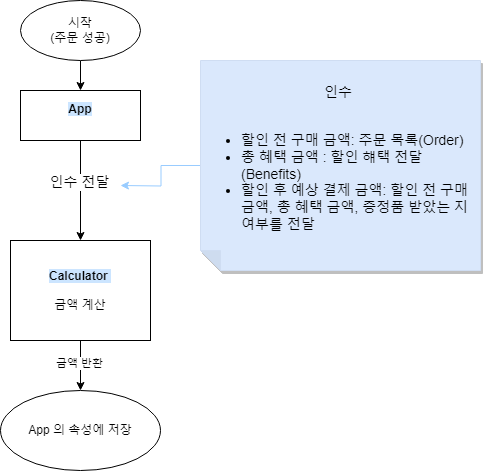
The draw.io diagram readmeImages/계산.png in BadaHertz52/javascript-christmas-6-BadaHertz52, before a commit. Source tidied: cells renumbered, new cells last; positions are measured from the earlier drawing's top-left corner, leaving out a move shared by most shapes. Source of this version:
```xml
<mxGraphModel>
  <root>
    <mxCell id="0" />
    <mxCell id="1" parent="0" />
    <mxCell id="2" style="edgeStyle=orthogonalEdgeStyle;rounded=0;jettySize=auto;html=1;" parent="1" edge="1" source="3" target="6">
      <mxGeometry relative="1" as="geometry" />
    </mxCell>
    <mxCell id="3" value="시작&lt;br&gt;(주문 성공)" style="ellipse;whiteSpace=wrap;html=1;" parent="1" vertex="1">
      <mxGeometry x="20" width="120" height="60" as="geometry" />
    </mxCell>
    <mxCell id="4" style="edgeStyle=orthogonalEdgeStyle;rounded=0;jettySize=auto;html=1;spacing=7;" parent="1" edge="1" source="6" target="9">
      <mxGeometry relative="1" as="geometry" />
    </mxCell>
    <mxCell id="5" value="&lt;font style=&quot;font-size: 14px;&quot;&gt;인수 전달&lt;/font&gt;" style="edgeLabel;html=1;align=center;verticalAlign=middle;" parent="4" vertex="1">
      <mxGeometry x="-0.18" y="-2" relative="1" as="geometry" />
    </mxCell>
    <mxCell id="6" value="&lt;span style=&quot;background-color: rgb(204, 229, 255);&quot;&gt;&lt;b&gt;App&lt;/b&gt;&lt;/span&gt;&lt;br&gt;&lt;p&gt;&lt;/p&gt;" style="rounded=0;whiteSpace=wrap;html=1;" parent="1" vertex="1">
      <mxGeometry x="20" y="90" width="120" height="50" as="geometry" />
    </mxCell>
    <mxCell id="7" style="edgeStyle=orthogonalEdgeStyle;rounded=0;jettySize=auto;html=1;" parent="1" edge="1" source="9" target="10">
      <mxGeometry relative="1" as="geometry" />
    </mxCell>
    <mxCell id="8" value="금액 반환" style="edgeLabel;html=1;align=center;verticalAlign=middle;" parent="7" vertex="1">
      <mxGeometry x="-0.13" y="-2" relative="1" as="geometry" />
    </mxCell>
    <mxCell id="9" value="&lt;b style=&quot;background-color: rgb(204, 229, 255);&quot;&gt;Calculator&amp;nbsp;&lt;/b&gt;&lt;br&gt;&lt;br&gt;금액 계산" style="rounded=0;whiteSpace=wrap;html=1;" parent="1" vertex="1">
      <mxGeometry x="10" y="240" width="140" height="100" as="geometry" />
    </mxCell>
    <mxCell id="10" value="App 의 속성에 저장" style="ellipse;whiteSpace=wrap;html=1;rounded=0;" parent="1" vertex="1">
      <mxGeometry y="390" width="160" height="80" as="geometry" />
    </mxCell>
    <mxCell id="11" style="edgeStyle=orthogonalEdgeStyle;rounded=0;jettySize=auto;html=1;strokeColor=#99CCFF;fillColor=#dae8fc;" parent="1" edge="1" source="12">
      <mxGeometry relative="1" as="geometry">
        <mxPoint x="120" y="185" as="targetPoint" />
      </mxGeometry>
    </mxCell>
    <mxCell id="12" value="&lt;font style=&quot;font-size: 14px;&quot;&gt;인수&amp;nbsp;&lt;br&gt;&lt;br&gt;&lt;/font&gt;&lt;div style=&quot;font-size: 14px;&quot;&gt;&lt;ul style=&quot;&quot;&gt;&lt;li style=&quot;text-align: left;&quot;&gt;&lt;span style=&quot;background-color: initial;&quot;&gt;&lt;font style=&quot;font-size: 14px;&quot;&gt;할인 전 구매 금액: 주문 목록(Order)&lt;/font&gt;&lt;/span&gt;&lt;/li&gt;&lt;li style=&quot;text-align: left;&quot;&gt;&lt;span style=&quot;background-color: initial;&quot;&gt;&lt;font style=&quot;font-size: 14px;&quot;&gt;총 혜택 금액 : 할인 햬택 전달(Benefits)&lt;/font&gt;&lt;/span&gt;&lt;/li&gt;&lt;li style=&quot;text-align: left;&quot;&gt;&lt;font style=&quot;font-size: 14px;&quot;&gt;할인 후 예상 결제 금액: 할인 전 구매 금액, 총 혜택 금액, 증정품 받았는 지 여부를 전달&lt;/font&gt;&lt;/li&gt;&lt;/ul&gt;&lt;/div&gt;" style="shape=note;whiteSpace=wrap;html=1;backgroundOutline=1;darkOpacity=0.05;fillColor=#dae8fc;strokeColor=#cfddf2;fillStyle=solid;direction=west;gradientDirection=north;shadow=1;size=20;" parent="1" vertex="1">
      <mxGeometry x="200" y="60" width="280" height="210" as="geometry" />
    </mxCell>
  </root>
</mxGraphModel>
```
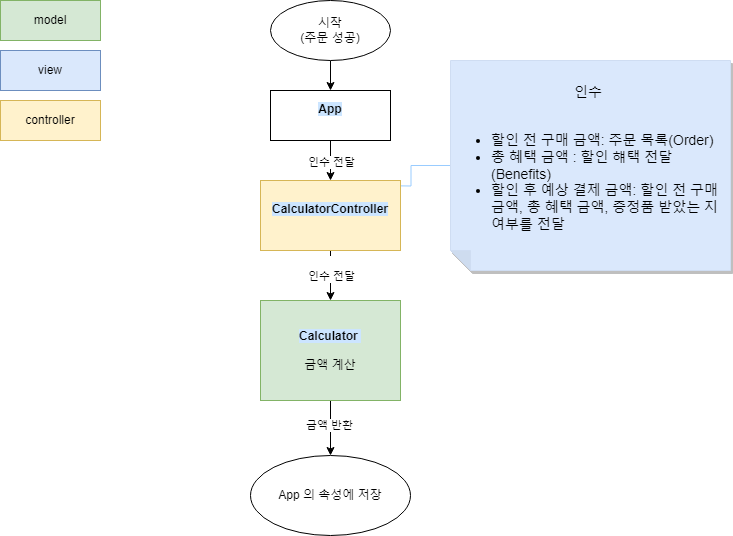
Above is the later version.

Diff of the diagram source:
```diff
@@ -8,12 +8,12 @@
     <mxCell id="3" value="시작&lt;br&gt;(주문 성공)" style="ellipse;whiteSpace=wrap;html=1;" parent="1" vertex="1">
       <mxGeometry x="20" width="120" height="60" as="geometry" />
     </mxCell>
-    <mxCell id="4" style="edgeStyle=orthogonalEdgeStyle;rounded=0;jettySize=auto;html=1;spacing=7;" parent="1" edge="1" source="6" target="9">
-      <mxGeometry relative="1" as="geometry" />
-    </mxCell>
-    <mxCell id="5" value="&lt;font style=&quot;font-size: 14px;&quot;&gt;인수 전달&lt;/font&gt;" style="edgeLabel;html=1;align=center;verticalAlign=middle;" parent="4" vertex="1">
-      <mxGeometry x="-0.18" y="-2" relative="1" as="geometry" />
-    </mxCell>
+    <mxCell id="13" style="edgeStyle=orthogonalEdgeStyle;rounded=0;jettySize=auto;html=1;" parent="1" edge="1" source="6" target="17">
+      <mxGeometry relative="1" as="geometry" />
+    </mxCell>
+    <mxCell id="14" value="인수 전달" style="edgeLabel;html=1;align=center;verticalAlign=middle;" parent="13" vertex="1">
+      <mxGeometry x="0.06" relative="1" as="geometry" />
+    </mxCell>
     <mxCell id="6" value="&lt;span style=&quot;background-color: rgb(204, 229, 255);&quot;&gt;&lt;b&gt;App&lt;/b&gt;&lt;/span&gt;&lt;br&gt;&lt;p&gt;&lt;/p&gt;" style="rounded=0;whiteSpace=wrap;html=1;" parent="1" vertex="1">
       <mxGeometry x="20" y="90" width="120" height="50" as="geometry" />
     </mxCell>
@@ -23,11 +23,11 @@
     <mxCell id="8" value="금액 반환" style="edgeLabel;html=1;align=center;verticalAlign=middle;" parent="7" vertex="1">
       <mxGeometry x="-0.13" y="-2" relative="1" as="geometry" />
     </mxCell>
-    <mxCell id="9" value="&lt;b style=&quot;background-color: rgb(204, 229, 255);&quot;&gt;Calculator&amp;nbsp;&lt;/b&gt;&lt;br&gt;&lt;br&gt;금액 계산" style="rounded=0;whiteSpace=wrap;html=1;" parent="1" vertex="1">
-      <mxGeometry x="10" y="240" width="140" height="100" as="geometry" />
+    <mxCell id="9" value="&lt;b style=&quot;background-color: rgb(204, 229, 255);&quot;&gt;Calculator&amp;nbsp;&lt;/b&gt;&lt;br&gt;&lt;br&gt;금액 계산" style="rounded=0;whiteSpace=wrap;html=1;fillColor=#d5e8d4;strokeColor=#82b366;" parent="1" vertex="1">
+      <mxGeometry x="10" y="300" width="140" height="100" as="geometry" />
     </mxCell>
     <mxCell id="10" value="App 의 속성에 저장" style="ellipse;whiteSpace=wrap;html=1;rounded=0;" parent="1" vertex="1">
-      <mxGeometry y="390" width="160" height="80" as="geometry" />
+      <mxGeometry y="455" width="160" height="80" as="geometry" />
     </mxCell>
     <mxCell id="11" style="edgeStyle=orthogonalEdgeStyle;rounded=0;jettySize=auto;html=1;strokeColor=#99CCFF;fillColor=#dae8fc;" parent="1" edge="1" source="12">
       <mxGeometry relative="1" as="geometry">
@@ -37,5 +37,25 @@
     <mxCell id="12" value="&lt;font style=&quot;font-size: 14px;&quot;&gt;인수&amp;nbsp;&lt;br&gt;&lt;br&gt;&lt;/font&gt;&lt;div style=&quot;font-size: 14px;&quot;&gt;&lt;ul style=&quot;&quot;&gt;&lt;li style=&quot;text-align: left;&quot;&gt;&lt;span style=&quot;background-color: initial;&quot;&gt;&lt;font style=&quot;font-size: 14px;&quot;&gt;할인 전 구매 금액: 주문 목록(Order)&lt;/font&gt;&lt;/span&gt;&lt;/li&gt;&lt;li style=&quot;text-align: left;&quot;&gt;&lt;span style=&quot;background-color: initial;&quot;&gt;&lt;font style=&quot;font-size: 14px;&quot;&gt;총 혜택 금액 : 할인 햬택 전달(Benefits)&lt;/font&gt;&lt;/span&gt;&lt;/li&gt;&lt;li style=&quot;text-align: left;&quot;&gt;&lt;font style=&quot;font-size: 14px;&quot;&gt;할인 후 예상 결제 금액: 할인 전 구매 금액, 총 혜택 금액, 증정품 받았는 지 여부를 전달&lt;/font&gt;&lt;/li&gt;&lt;/ul&gt;&lt;/div&gt;" style="shape=note;whiteSpace=wrap;html=1;backgroundOutline=1;darkOpacity=0.05;fillColor=#dae8fc;strokeColor=#cfddf2;fillStyle=solid;direction=west;gradientDirection=north;shadow=1;size=20;" parent="1" vertex="1">
       <mxGeometry x="200" y="60" width="280" height="210" as="geometry" />
     </mxCell>
+    <mxCell id="15" style="edgeStyle=orthogonalEdgeStyle;rounded=0;jettySize=auto;html=1;" parent="1" edge="1" source="17" target="9">
+      <mxGeometry relative="1" as="geometry" />
+    </mxCell>
+    <mxCell id="16" value="&lt;br&gt;인수 전달&lt;br&gt;" style="edgeLabel;html=1;align=center;verticalAlign=middle;" parent="15" vertex="1">
+      <mxGeometry x="-0.62" y="1" relative="1" as="geometry">
+        <mxPoint x="-1" y="9" as="offset" />
+      </mxGeometry>
+    </mxCell>
+    <mxCell id="17" value="&lt;span style=&quot;background-color: rgb(204, 229, 255);&quot;&gt;&lt;b&gt;CalculatorController&lt;/b&gt;&lt;/span&gt;&lt;br&gt;&lt;p&gt;&lt;/p&gt;" style="rounded=0;whiteSpace=wrap;html=1;fillColor=#fff2cc;strokeColor=#d6b656;" parent="1" vertex="1">
+      <mxGeometry x="10" y="180" width="140" height="70" as="geometry" />
+    </mxCell>
+    <mxCell id="18" value="controller" style="whiteSpace=wrap;html=1;fillColor=#fff2cc;strokeColor=#d6b656;" parent="1" vertex="1">
+      <mxGeometry x="-250" y="100" width="100" height="40" as="geometry" />
+    </mxCell>
+    <mxCell id="19" value="view" style="whiteSpace=wrap;html=1;fillColor=#dae8fc;strokeColor=#6c8ebf;" parent="1" vertex="1">
+      <mxGeometry x="-250" y="50" width="100" height="40" as="geometry" />
+    </mxCell>
+    <mxCell id="20" value="model" style="whiteSpace=wrap;html=1;fillColor=#d5e8d4;strokeColor=#82b366;" parent="1" vertex="1">
+      <mxGeometry x="-250" width="100" height="40" as="geometry" />
+    </mxCell>
   </root>
 </mxGraphModel>
```
